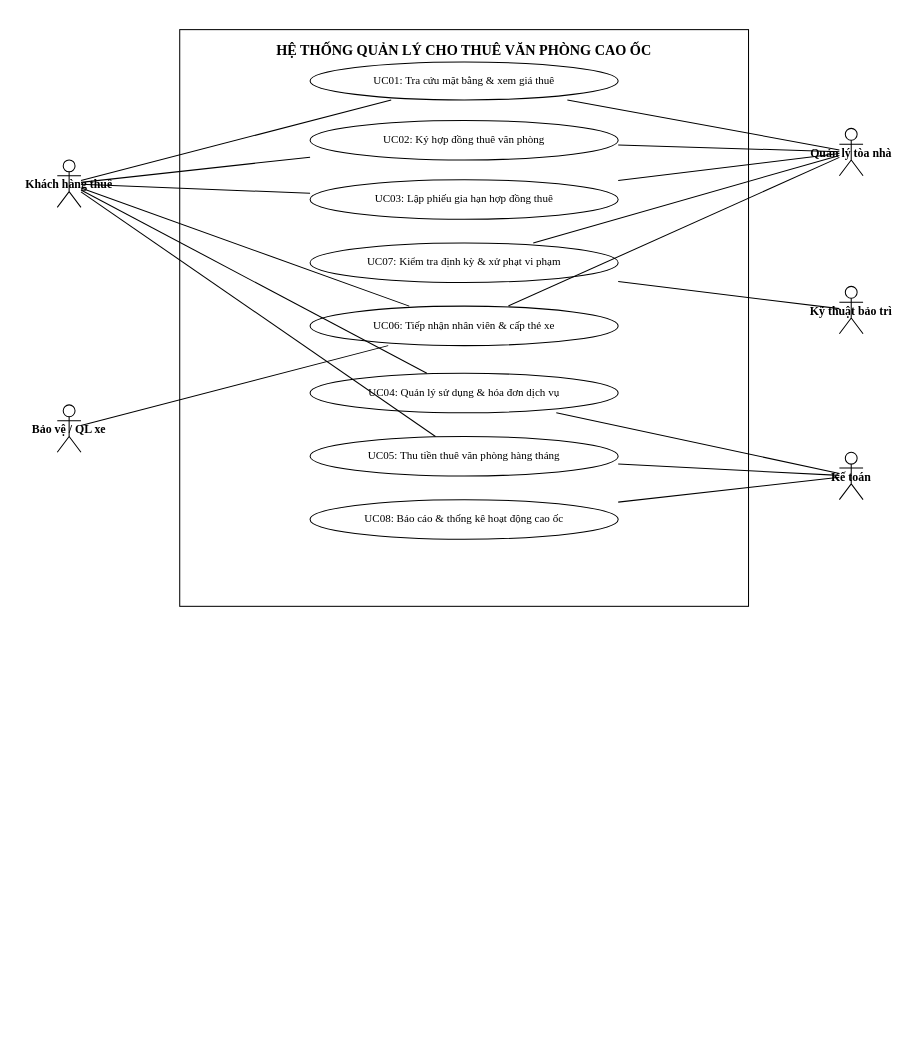
Above: Lab08/SoDo/Hinh_2_1.drawio in inver29/LAB_AT_OOSD (draw.io), before the change. Source tidied: cells renumbered, new cells numbered last; positions are measured from the earlier drawing's top-left corner, leaving out a move shared by most shapes. Both pictures are drawn from the tidied source at 79%, with x=0, y=0 at pixel (57, 29).
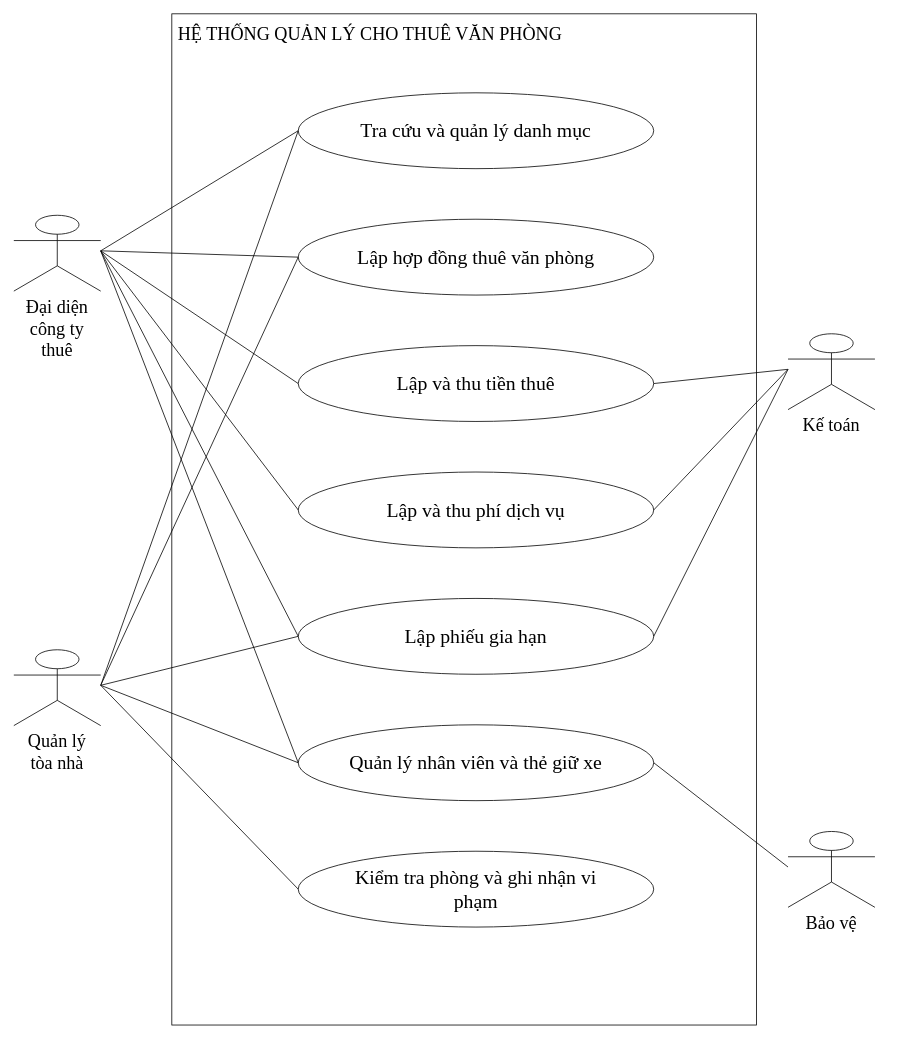
The same diagram, later.

Diff of the diagram source:
```diff
@@
-    <mxCell id="2" value="HỆ THỐNG QUẢN LÝ CHO THUÊ VĂN PHÒNG CAO ỐC" style="shape=rectangle;rounded=0;html=1;whiteSpace=wrap;fillColor=none;strokeColor=#000000;strokeWidth=1.3;fontFamily=Times New Roman;fontSize=18;fontStyle=1;align=center;verticalAlign=top;spacingTop=10;" parent="1" vertex="1">
-      <mxGeometry x="155" width="720" height="730" as="geometry" />
-    </mxCell>
-    <mxCell id="3" value="Khách hàng thuê" style="shape=umlActor;html=0;strokeColor=#000000;strokeWidth=1.3;fillColor=#ffffff;fontFamily=Times New Roman;fontSize=15;fontStyle=1;" parent="1" vertex="1">
-      <mxGeometry y="165" width="30" height="60" as="geometry" />
-    </mxCell>
+    <mxCell id="32" value="HỆ THỐNG QUẢN LÝ CHO THUÊ VĂN PHÒNG" style="html=1;whiteSpace=wrap;fontFamily=Times New Roman;fontColor=#000000;strokeColor=#000000;fillColor=#ffffff;rounded=0;fontSize=23;fillColor=none;verticalAlign=top;align=left;spacing=8;" parent="1" vertex="1">
+      <mxGeometry x="145" y="-20" width="740" height="1280" as="geometry" />
+    </mxCell>
+    <mxCell id="33" value="Tra cứu và quản lý danh mục" style="html=1;whiteSpace=wrap;fontFamily=Times New Roman;fontColor=#000000;strokeColor=#000000;fillColor=#ffffff;rounded=0;fontSize=25;ellipse;spacingLeft=45;spacingRight=45;" parent="1" vertex="1">
+      <mxGeometry x="305" y="80" width="450" height="96" as="geometry" />
+    </mxCell>
+    <mxCell id="34" value="Lập hợp đồng thuê văn phòng" style="html=1;whiteSpace=wrap;fontFamily=Times New Roman;fontColor=#000000;strokeColor=#000000;fillColor=#ffffff;rounded=0;fontSize=25;ellipse;spacingLeft=45;spacingRight=45;" parent="1" vertex="1">
+      <mxGeometry x="305" y="240" width="450" height="96" as="geometry" />
+    </mxCell>
+    <mxCell id="35" value="Lập và thu tiền thuê" style="html=1;whiteSpace=wrap;fontFamily=Times New Roman;fontColor=#000000;strokeColor=#000000;fillColor=#ffffff;rounded=0;fontSize=25;ellipse;spacingLeft=45;spacingRight=45;" parent="1" vertex="1">
+      <mxGeometry x="305" y="400" width="450" height="96" as="geometry" />
+    </mxCell>
+    <mxCell id="36" value="Lập và thu phí dịch vụ" style="html=1;whiteSpace=wrap;fontFamily=Times New Roman;fontColor=#000000;strokeColor=#000000;fillColor=#ffffff;rounded=0;fontSize=25;ellipse;spacingLeft=45;spacingRight=45;" parent="1" vertex="1">
+      <mxGeometry x="305" y="560" width="450" height="96" as="geometry" />
+    </mxCell>
+    <mxCell id="37" value="Lập phiếu gia hạn" style="html=1;whiteSpace=wrap;fontFamily=Times New Roman;fontColor=#000000;strokeColor=#000000;fillColor=#ffffff;rounded=0;fontSize=25;ellipse;spacingLeft=45;spacingRight=45;" parent="1" vertex="1">
+      <mxGeometry x="305" y="720" width="450" height="96" as="geometry" />
+    </mxCell>
+    <mxCell id="38" value="Quản lý nhân viên và thẻ giữ xe" style="html=1;whiteSpace=wrap;fontFamily=Times New Roman;fontColor=#000000;strokeColor=#000000;fillColor=#ffffff;rounded=0;fontSize=25;ellipse;spacingLeft=45;spacingRight=45;" parent="1" vertex="1">
+      <mxGeometry x="305" y="880" width="450" height="96" as="geometry" />
+    </mxCell>
+    <mxCell id="39" value="Kiểm tra phòng và ghi nhận vi phạm" style="html=1;whiteSpace=wrap;fontFamily=Times New Roman;fontColor=#000000;strokeColor=#000000;fillColor=#ffffff;rounded=0;fontSize=25;ellipse;spacingLeft=45;spacingRight=45;" parent="1" vertex="1">
+      <mxGeometry x="305" y="1040" width="450" height="96" as="geometry" />
+    </mxCell>
+    <mxCell id="40" value="Đại diện&lt;br&gt;công ty thuê" style="html=1;whiteSpace=wrap;fontFamily=Times New Roman;fontColor=#000000;strokeColor=#000000;fillColor=#ffffff;rounded=0;fontSize=23;shape=umlActor;verticalLabelPosition=bottom;verticalAlign=top;" parent="1" vertex="1">
+      <mxGeometry x="-55" y="235" width="110" height="96" as="geometry" />
+    </mxCell>
+    <mxCell id="5" value="Quản lý&lt;br&gt;tòa nhà" style="html=1;whiteSpace=wrap;fontFamily=Times New Roman;fontColor=#000000;strokeColor=#000000;fillColor=#ffffff;rounded=0;fontSize=23;shape=umlActor;verticalLabelPosition=bottom;verticalAlign=top;" parent="1" vertex="1">
+      <mxGeometry x="-55" y="785" width="110" height="96" as="geometry" />
+    </mxCell>
+    <mxCell id="7" value="Kế toán" style="html=1;whiteSpace=wrap;fontFamily=Times New Roman;fontColor=#000000;strokeColor=#000000;fillColor=#ffffff;rounded=0;fontSize=23;shape=umlActor;verticalLabelPosition=bottom;verticalAlign=top;" parent="1" vertex="1">
+      <mxGeometry x="925" y="385" width="110" height="96" as="geometry" />
+    </mxCell>
-    <mxCell id="4" value="Bảo vệ / QL xe" style="shape=umlActor;html=0;strokeColor=#000000;strokeWidth=1.3;fillColor=#ffffff;fontFamily=Times New Roman;fontSize=15;fontStyle=1;" parent="1" vertex="1">
-      <mxGeometry y="475" width="30" height="60" as="geometry" />
+    <mxCell id="4" value="Bảo vệ" style="html=1;whiteSpace=wrap;fontFamily=Times New Roman;fontColor=#000000;strokeColor=#000000;fillColor=#ffffff;rounded=0;fontSize=23;shape=umlActor;verticalLabelPosition=bottom;verticalAlign=top;" parent="1" vertex="1">
+      <mxGeometry x="925" y="1015" width="110" height="96" as="geometry" />
     </mxCell>
-    <mxCell id="5" value="Quản lý tòa nhà" style="shape=umlActor;html=0;strokeColor=#000000;strokeWidth=1.3;fillColor=#ffffff;fontFamily=Times New Roman;fontSize=15;fontStyle=1;" parent="1" vertex="1">
-      <mxGeometry x="990" y="125" width="30" height="60" as="geometry" />
-    </mxCell>
-    <mxCell id="6" value="Kỹ thuật bảo trì" style="shape=umlActor;html=0;strokeColor=#000000;strokeWidth=1.3;fillColor=#ffffff;fontFamily=Times New Roman;fontSize=15;fontStyle=1;" parent="1" vertex="1">
-      <mxGeometry x="990" y="325" width="30" height="60" as="geometry" />
-    </mxCell>
-    <mxCell id="7" value="Kế toán" style="shape=umlActor;html=0;strokeColor=#000000;strokeWidth=1.3;fillColor=#ffffff;fontFamily=Times New Roman;fontSize=15;fontStyle=1;" parent="1" vertex="1">
-      <mxGeometry x="990" y="535" width="30" height="60" as="geometry" />
-    </mxCell>
-    <mxCell id="8" value="UC01: Tra cứu mặt bằng &amp; xem giá thuê" style="shape=ellipse;rounded=0;html=1;whiteSpace=wrap;fillColor=#ffffff;strokeColor=#000000;strokeWidth=1.3;fontFamily=Times New Roman;fontSize=14;spacing=6;" parent="1" vertex="1">
-      <mxGeometry x="320" y="41" width="390" height="48" as="geometry" />
-    </mxCell>
-    <mxCell id="9" value="UC02: Ký hợp đồng thuê văn phòng" style="shape=ellipse;rounded=0;html=1;whiteSpace=wrap;fillColor=#ffffff;strokeColor=#000000;strokeWidth=1.3;fontFamily=Times New Roman;fontSize=14;spacing=6;" parent="1" vertex="1">
-      <mxGeometry x="320" y="115" width="390" height="50" as="geometry" />
-    </mxCell>
-    <mxCell id="10" value="UC03: Lập phiếu gia hạn hợp đồng thuê" style="shape=ellipse;rounded=0;html=1;whiteSpace=wrap;fillColor=#ffffff;strokeColor=#000000;strokeWidth=1.3;fontFamily=Times New Roman;fontSize=14;spacing=6;" parent="1" vertex="1">
-      <mxGeometry x="320" y="190" width="390" height="50" as="geometry" />
-    </mxCell>
-    <mxCell id="11" value="UC07: Kiểm tra định kỳ &amp; xử phạt vi phạm" style="shape=ellipse;rounded=0;html=1;whiteSpace=wrap;fillColor=#ffffff;strokeColor=#000000;strokeWidth=1.3;fontFamily=Times New Roman;fontSize=14;spacing=6;" parent="1" vertex="1">
-      <mxGeometry x="320" y="270" width="390" height="50" as="geometry" />
-    </mxCell>
-    <mxCell id="12" value="UC06: Tiếp nhận nhân viên &amp; cấp thẻ xe" style="shape=ellipse;rounded=0;html=1;whiteSpace=wrap;fillColor=#ffffff;strokeColor=#000000;strokeWidth=1.3;fontFamily=Times New Roman;fontSize=14;spacing=6;" parent="1" vertex="1">
-      <mxGeometry x="320" y="350" width="390" height="50" as="geometry" />
-    </mxCell>
-    <mxCell id="13" value="UC04: Quản lý sử dụng &amp; hóa đơn dịch vụ" style="shape=ellipse;rounded=0;html=1;whiteSpace=wrap;fillColor=#ffffff;strokeColor=#000000;strokeWidth=1.3;fontFamily=Times New Roman;fontSize=14;spacing=6;" parent="1" vertex="1">
-      <mxGeometry x="320" y="435" width="390" height="50" as="geometry" />
-    </mxCell>
-    <mxCell id="14" value="UC05: Thu tiền thuê văn phòng hàng tháng" style="shape=ellipse;rounded=0;html=1;whiteSpace=wrap;fillColor=#ffffff;strokeColor=#000000;strokeWidth=1.3;fontFamily=Times New Roman;fontSize=14;spacing=6;" parent="1" vertex="1">
-      <mxGeometry x="320" y="515" width="390" height="50" as="geometry" />
-    </mxCell>
-    <mxCell id="15" value="UC08: Báo cáo &amp; thống kê hoạt động cao ốc" style="shape=ellipse;rounded=0;html=1;whiteSpace=wrap;fillColor=#ffffff;strokeColor=#000000;strokeWidth=1.3;fontFamily=Times New Roman;fontSize=14;spacing=6;" parent="1" vertex="1">
-      <mxGeometry x="320" y="595" width="390" height="50" as="geometry" />
-    </mxCell>
-    <mxCell id="16" style="edgeStyle=none;rounded=0;html=1;strokeColor=#000000;strokeWidth=1.3;endArrow=none;" parent="1" edge="1" source="3" target="8">
-      <mxGeometry relative="1" as="geometry" />
-    </mxCell>
-    <mxCell id="17" style="edgeStyle=none;rounded=0;html=1;strokeColor=#000000;strokeWidth=1.3;endArrow=none;" parent="1" edge="1" source="3" target="9">
-      <mxGeometry relative="1" as="geometry" />
-    </mxCell>
-    <mxCell id="18" style="edgeStyle=none;rounded=0;html=1;strokeColor=#000000;strokeWidth=1.3;endArrow=none;" parent="1" edge="1" source="3" target="10">
-      <mxGeometry relative="1" as="geometry" />
-    </mxCell>
-    <mxCell id="19" style="edgeStyle=none;rounded=0;html=1;strokeColor=#000000;strokeWidth=1.3;endArrow=none;" parent="1" edge="1" source="3" target="12">
-      <mxGeometry relative="1" as="geometry" />
-    </mxCell>
-    <mxCell id="20" style="edgeStyle=none;rounded=0;html=1;strokeColor=#000000;strokeWidth=1.3;endArrow=none;" parent="1" edge="1" source="3" target="13">
-      <mxGeometry relative="1" as="geometry" />
-    </mxCell>
-    <mxCell id="21" style="edgeStyle=none;rounded=0;html=1;strokeColor=#000000;strokeWidth=1.3;endArrow=none;" parent="1" edge="1" source="3" target="14">
-      <mxGeometry relative="1" as="geometry" />
-    </mxCell>
-    <mxCell id="22" style="edgeStyle=none;rounded=0;html=1;strokeColor=#000000;strokeWidth=1.3;endArrow=none;" parent="1" edge="1" source="4" target="12">
-      <mxGeometry relative="1" as="geometry" />
-    </mxCell>
-    <mxCell id="23" style="edgeStyle=none;rounded=0;html=1;strokeColor=#000000;strokeWidth=1.3;endArrow=none;" parent="1" edge="1" source="5" target="8">
-      <mxGeometry relative="1" as="geometry" />
-    </mxCell>
-    <mxCell id="24" style="edgeStyle=none;rounded=0;html=1;strokeColor=#000000;strokeWidth=1.3;endArrow=none;" parent="1" edge="1" source="5" target="9">
-      <mxGeometry relative="1" as="geometry" />
-    </mxCell>
-    <mxCell id="25" style="edgeStyle=none;rounded=0;html=1;strokeColor=#000000;strokeWidth=1.3;endArrow=none;" parent="1" edge="1" source="5" target="10">
-      <mxGeometry relative="1" as="geometry" />
-    </mxCell>
-    <mxCell id="26" style="edgeStyle=none;rounded=0;html=1;strokeColor=#000000;strokeWidth=1.3;endArrow=none;" parent="1" edge="1" source="5" target="11">
-      <mxGeometry relative="1" as="geometry" />
-    </mxCell>
-    <mxCell id="27" style="edgeStyle=none;rounded=0;html=1;strokeColor=#000000;strokeWidth=1.3;endArrow=none;" parent="1" edge="1" source="5" target="12">
-      <mxGeometry relative="1" as="geometry" />
-    </mxCell>
-    <mxCell id="28" style="edgeStyle=none;rounded=0;html=1;strokeColor=#000000;strokeWidth=1.3;endArrow=none;" parent="1" edge="1" source="6" target="11">
-      <mxGeometry relative="1" as="geometry" />
-    </mxCell>
-    <mxCell id="29" style="edgeStyle=none;rounded=0;html=1;strokeColor=#000000;strokeWidth=1.3;endArrow=none;" parent="1" edge="1" source="7" target="13">
-      <mxGeometry relative="1" as="geometry" />
-    </mxCell>
-    <mxCell id="30" style="edgeStyle=none;rounded=0;html=1;strokeColor=#000000;strokeWidth=1.3;endArrow=none;" parent="1" edge="1" source="7" target="14">
-      <mxGeometry relative="1" as="geometry" />
-    </mxCell>
-    <mxCell id="31" style="edgeStyle=none;rounded=0;html=1;strokeColor=#000000;strokeWidth=1.3;endArrow=none;" parent="1" edge="1" source="7" target="15">
-      <mxGeometry relative="1" as="geometry" />
-    </mxCell>
+    <mxCell id="41" style="edgeStyle=none;rounded=0;html=1;fontFamily=Times New Roman;fontSize=21;strokeColor=#000000;labelBackgroundColor=#ffffff;verticalAlign=bottom;endArrow=none;exitX=1.0;exitY=0.46875;exitPerimeter=0;entryX=0.0;entryY=0.5;entryPerimeter=0;" parent="1" edge="1" source="40" target="33">
+      <mxGeometry relative="1" as="geometry" />
+    </mxCell>
+    <mxCell id="42" style="edgeStyle=none;rounded=0;html=1;fontFamily=Times New Roman;fontSize=21;strokeColor=#000000;labelBackgroundColor=#ffffff;verticalAlign=bottom;endArrow=none;exitX=1.0;exitY=0.46875;exitPerimeter=0;entryX=0.0;entryY=0.5;entryPerimeter=0;" parent="1" edge="1" source="40" target="34">
+      <mxGeometry relative="1" as="geometry" />
+    </mxCell>
+    <mxCell id="43" style="edgeStyle=none;rounded=0;html=1;fontFamily=Times New Roman;fontSize=21;strokeColor=#000000;labelBackgroundColor=#ffffff;verticalAlign=bottom;endArrow=none;exitX=1.0;exitY=0.46875;exitPerimeter=0;entryX=0.0;entryY=0.5;entryPerimeter=0;" parent="1" edge="1" source="40" target="35">
+      <mxGeometry relative="1" as="geometry" />
+    </mxCell>
+    <mxCell id="44" style="edgeStyle=none;rounded=0;html=1;fontFamily=Times New Roman;fontSize=21;strokeColor=#000000;labelBackgroundColor=#ffffff;verticalAlign=bottom;endArrow=none;exitX=1.0;exitY=0.46875;exitPerimeter=0;entryX=0.0;entryY=0.5;entryPerimeter=0;" parent="1" edge="1" source="40" target="36">
+      <mxGeometry relative="1" as="geometry" />
+    </mxCell>
+    <mxCell id="45" style="edgeStyle=none;rounded=0;html=1;fontFamily=Times New Roman;fontSize=21;strokeColor=#000000;labelBackgroundColor=#ffffff;verticalAlign=bottom;endArrow=none;exitX=1.0;exitY=0.46875;exitPerimeter=0;entryX=0.0;entryY=0.5;entryPerimeter=0;" parent="1" edge="1" source="40" target="37">
+      <mxGeometry relative="1" as="geometry" />
+    </mxCell>
+    <mxCell id="46" style="edgeStyle=none;rounded=0;html=1;fontFamily=Times New Roman;fontSize=21;strokeColor=#000000;labelBackgroundColor=#ffffff;verticalAlign=bottom;endArrow=none;exitX=1.0;exitY=0.46875;exitPerimeter=0;entryX=0.0;entryY=0.5;entryPerimeter=0;" parent="1" edge="1" source="40" target="38">
+      <mxGeometry relative="1" as="geometry" />
+    </mxCell>
+    <mxCell id="47" style="edgeStyle=none;rounded=0;html=1;fontFamily=Times New Roman;fontSize=21;strokeColor=#000000;labelBackgroundColor=#ffffff;verticalAlign=bottom;endArrow=none;exitX=1.0;exitY=0.46875;exitPerimeter=0;entryX=0.0;entryY=0.5;entryPerimeter=0;" parent="1" edge="1" source="5" target="33">
+      <mxGeometry relative="1" as="geometry" />
+    </mxCell>
+    <mxCell id="48" style="edgeStyle=none;rounded=0;html=1;fontFamily=Times New Roman;fontSize=21;strokeColor=#000000;labelBackgroundColor=#ffffff;verticalAlign=bottom;endArrow=none;exitX=1.0;exitY=0.46875;exitPerimeter=0;entryX=0.0;entryY=0.5;entryPerimeter=0;" parent="1" edge="1" source="5" target="34">
+      <mxGeometry relative="1" as="geometry" />
+    </mxCell>
+    <mxCell id="49" style="edgeStyle=none;rounded=0;html=1;fontFamily=Times New Roman;fontSize=21;strokeColor=#000000;labelBackgroundColor=#ffffff;verticalAlign=bottom;endArrow=none;exitX=1.0;exitY=0.46875;exitPerimeter=0;entryX=0.0;entryY=0.5;entryPerimeter=0;" parent="1" edge="1" source="5" target="37">
+      <mxGeometry relative="1" as="geometry" />
+    </mxCell>
+    <mxCell id="50" style="edgeStyle=none;rounded=0;html=1;fontFamily=Times New Roman;fontSize=21;strokeColor=#000000;labelBackgroundColor=#ffffff;verticalAlign=bottom;endArrow=none;exitX=1.0;exitY=0.46875;exitPerimeter=0;entryX=0.0;entryY=0.5;entryPerimeter=0;" parent="1" edge="1" source="5" target="38">
+      <mxGeometry relative="1" as="geometry" />
+    </mxCell>
+    <mxCell id="51" style="edgeStyle=none;rounded=0;html=1;fontFamily=Times New Roman;fontSize=21;strokeColor=#000000;labelBackgroundColor=#ffffff;verticalAlign=bottom;endArrow=none;exitX=1.0;exitY=0.46875;exitPerimeter=0;entryX=0.0;entryY=0.5;entryPerimeter=0;" parent="1" edge="1" source="5" target="39">
+      <mxGeometry relative="1" as="geometry" />
+    </mxCell>
+    <mxCell id="52" style="edgeStyle=none;rounded=0;html=1;fontFamily=Times New Roman;fontSize=21;strokeColor=#000000;labelBackgroundColor=#ffffff;verticalAlign=bottom;endArrow=none;exitX=0.0;exitY=0.46875;exitPerimeter=0;entryX=1.0;entryY=0.5;entryPerimeter=0;" parent="1" edge="1" source="7" target="35">
+      <mxGeometry relative="1" as="geometry" />
+    </mxCell>
+    <mxCell id="53" style="edgeStyle=none;rounded=0;html=1;fontFamily=Times New Roman;fontSize=21;strokeColor=#000000;labelBackgroundColor=#ffffff;verticalAlign=bottom;endArrow=none;exitX=0.0;exitY=0.46875;exitPerimeter=0;entryX=1.0;entryY=0.5;entryPerimeter=0;" parent="1" edge="1" source="7" target="36">
+      <mxGeometry relative="1" as="geometry" />
+    </mxCell>
+    <mxCell id="54" style="edgeStyle=none;rounded=0;html=1;fontFamily=Times New Roman;fontSize=21;strokeColor=#000000;labelBackgroundColor=#ffffff;verticalAlign=bottom;endArrow=none;exitX=0.0;exitY=0.46875;exitPerimeter=0;entryX=1.0;entryY=0.5;entryPerimeter=0;" parent="1" edge="1" source="7" target="37">
+      <mxGeometry relative="1" as="geometry" />
+    </mxCell>
+    <mxCell id="55" style="edgeStyle=none;rounded=0;html=1;fontFamily=Times New Roman;fontSize=21;strokeColor=#000000;labelBackgroundColor=#ffffff;verticalAlign=bottom;endArrow=none;exitX=0.0;exitY=0.46875;exitPerimeter=0;entryX=1.0;entryY=0.5;entryPerimeter=0;" parent="1" edge="1" source="4" target="38">
+      <mxGeometry relative="1" as="geometry" />
+    </mxCell>
```
